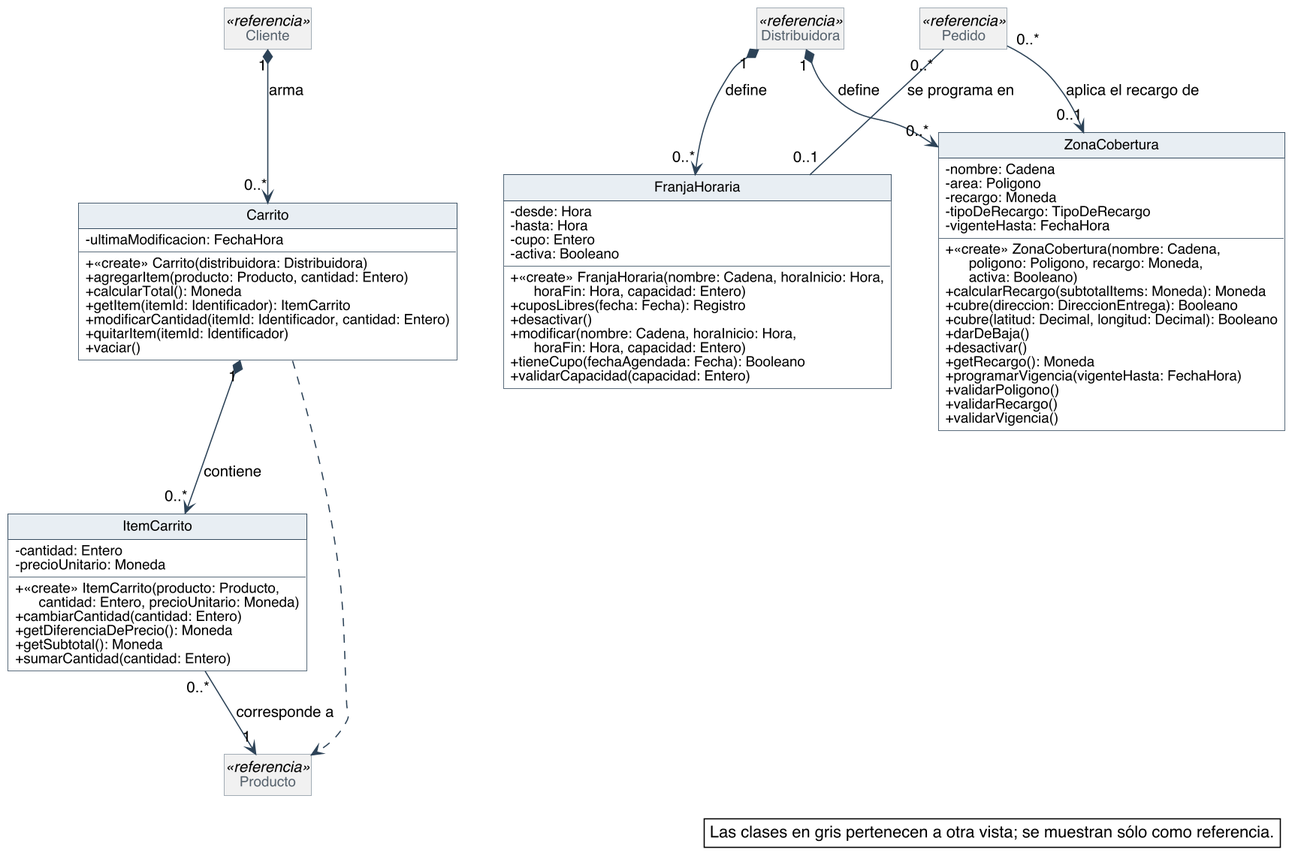
Nahuelito-Dev/splg-docs keeps this PlantUML diagram as diagramas/clases-diseno/DC_Carrito-franjas-y-cobertura.png. Above is the earlier version.
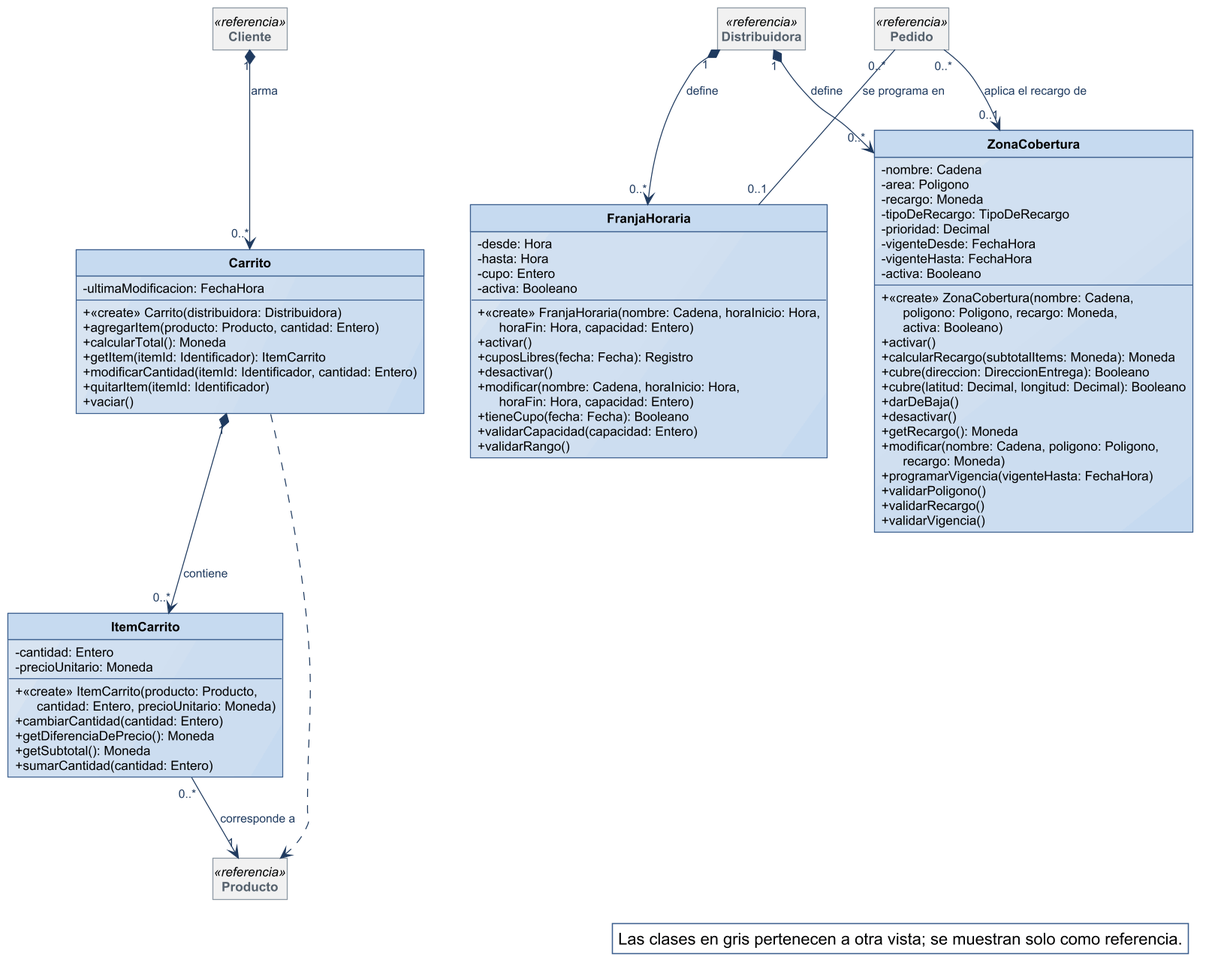
After the change.

Change to the diagram source:
```diff
@@ -1,59 +1,29 @@
 @startuml
-skinparam backgroundColor #FFFFFF
-skinparam shadowing false
-skinparam defaultFontName Helvetica
-skinparam defaultFontSize 13
-skinparam dpi 150
+!include ../estilo-vp.iuml
 skinparam nodesep 40
 skinparam ranksep 55
-skinparam classAttributeIconSize 0
-skinparam roundCorner 0
 skinparam genericDisplay old
-skinparam class {
-  BorderColor #2C4257
-  BackgroundColor #FFFFFF
-  ArrowColor #2C4257
-  FontSize 14
-  AttributeFontSize 12
-  HeaderBackgroundColor #E8EEF3
-}
 skinparam class<<referencia>> {
   BackgroundColor #F1F1F1
   BorderColor #8A97A3
   FontColor #55616C
 }
 skinparam class<<fachada>> {
-  HeaderBackgroundColor #D6E4F0
+  HeaderBackgroundColor #B7CDE8
 }
 skinparam class<<controlador>> {
-  HeaderBackgroundColor #D6E4F0
+  HeaderBackgroundColor #B7CDE8
 }
 skinparam class<<fabricación pura>> {
-  HeaderBackgroundColor #F3E9CF
+  HeaderBackgroundColor #E4ECF6
 }
 skinparam class<<colección>> {
   HeaderBackgroundColor #E6E6E6
 }
 skinparam class<<adaptador>> {
-  HeaderBackgroundColor #DCEBDD
-}
-skinparam interface {
-  BorderColor #2C4257
-  BackgroundColor #FFFFFF
-  HeaderBackgroundColor #DCEBDD
-  FontSize 14
-  AttributeFontSize 12
-}
-skinparam note {
-  BackgroundColor #FFFFFF
-  BorderColor #2C4257
+  HeaderBackgroundColor #D5E3F3
 }
 skinparam packageStyle rectangle
-skinparam package {
-  BorderColor #8A97A3
-  FontSize 13
-  FontColor #55616C
-}
 hide circle
 hide empty members
 
@@ -82,25 +52,32 @@
   - cupo: Entero
   - activa: Booleano
   + «create» FranjaHoraria(nombre: Cadena, horaInicio: Hora,\n      horaFin: Hora, capacidad: Entero)
+  + activar()
   + cuposLibres(fecha: Fecha): Registro
   + desactivar()
   + modificar(nombre: Cadena, horaInicio: Hora,\n      horaFin: Hora, capacidad: Entero)
-  + tieneCupo(fechaAgendada: Fecha): Booleano
+  + tieneCupo(fecha: Fecha): Booleano
   + validarCapacidad(capacidad: Entero)
+  + validarRango()
 }
 class ZonaCobertura {
   - nombre: Cadena
   - area: Poligono
   - recargo: Moneda
   - tipoDeRecargo: TipoDeRecargo
+  - prioridad: Decimal
+  - vigenteDesde: FechaHora
   - vigenteHasta: FechaHora
+  - activa: Booleano
   + «create» ZonaCobertura(nombre: Cadena,\n      poligono: Poligono, recargo: Moneda,\n      activa: Booleano)
+  + activar()
   + calcularRecargo(subtotalItems: Moneda): Moneda
   + cubre(direccion: DireccionEntrega): Booleano
   + cubre(latitud: Decimal, longitud: Decimal): Booleano
   + darDeBaja()
   + desactivar()
   + getRecargo(): Moneda
+  + modificar(nombre: Cadena, poligono: Poligono,\n      recargo: Moneda)
   + programarVigencia(vigenteHasta: FechaHora)
   + validarPoligono()
   + validarRecargo()
@@ -121,6 +98,6 @@
 Carrito ..> Producto
 
 legend bottom right
-  Las clases en gris pertenecen a otra vista; se muestran sólo como referencia.
+  Las clases en gris pertenecen a otra vista; se muestran solo como referencia.
 endlegend
 @enduml
```
